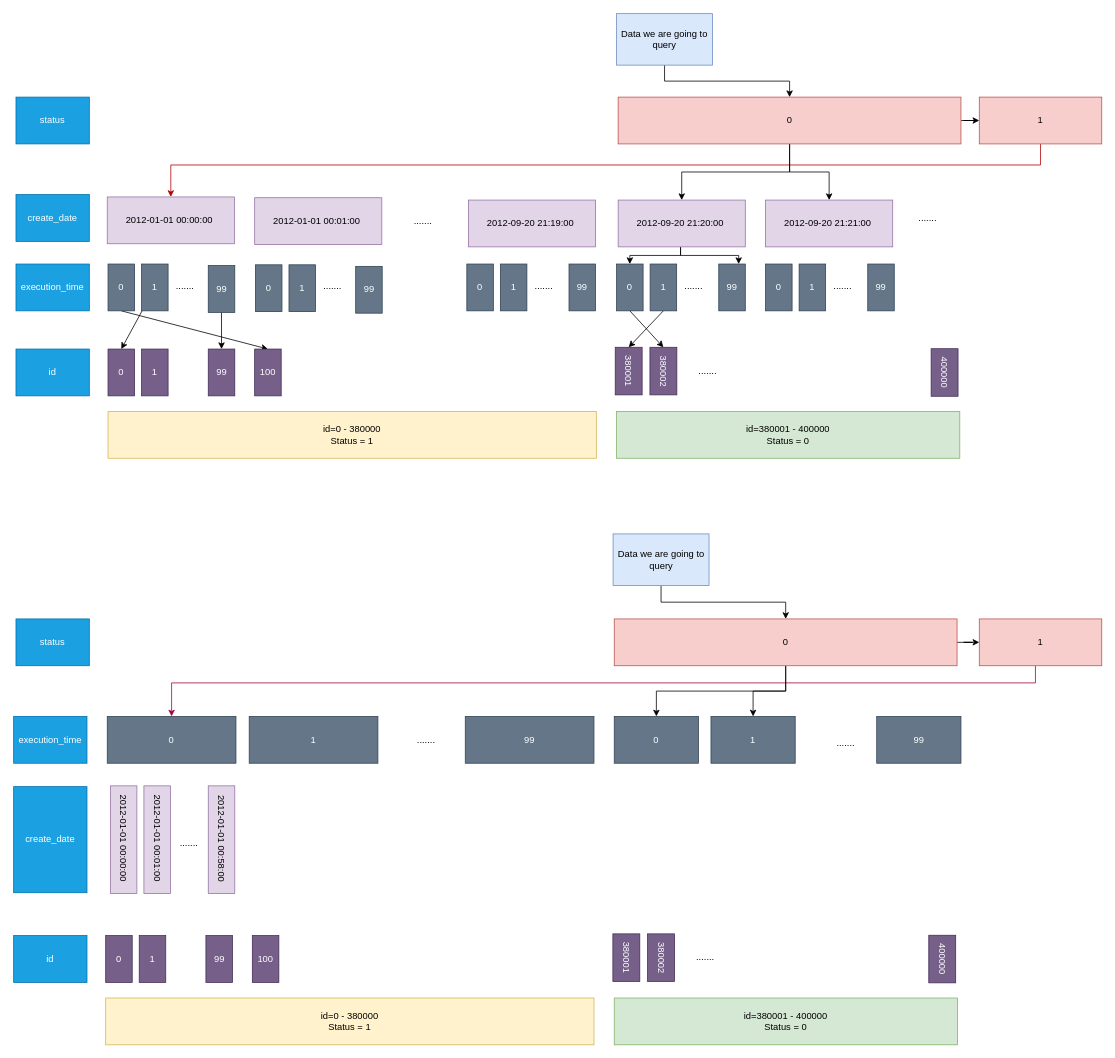
Earlier version of the draw.io diagram page "Page-2" (2 of 2) of drawio/mysql/mysql.drawio (cmkam/architecture). Source tidied: cells renumbered, new cells numbered last; positions are measured from the earlier drawing's top-left corner, leaving out a move shared by most shapes. Both pictures are drawn from the tidied source at 78%, with x=0, y=0 at pixel (13, 13).
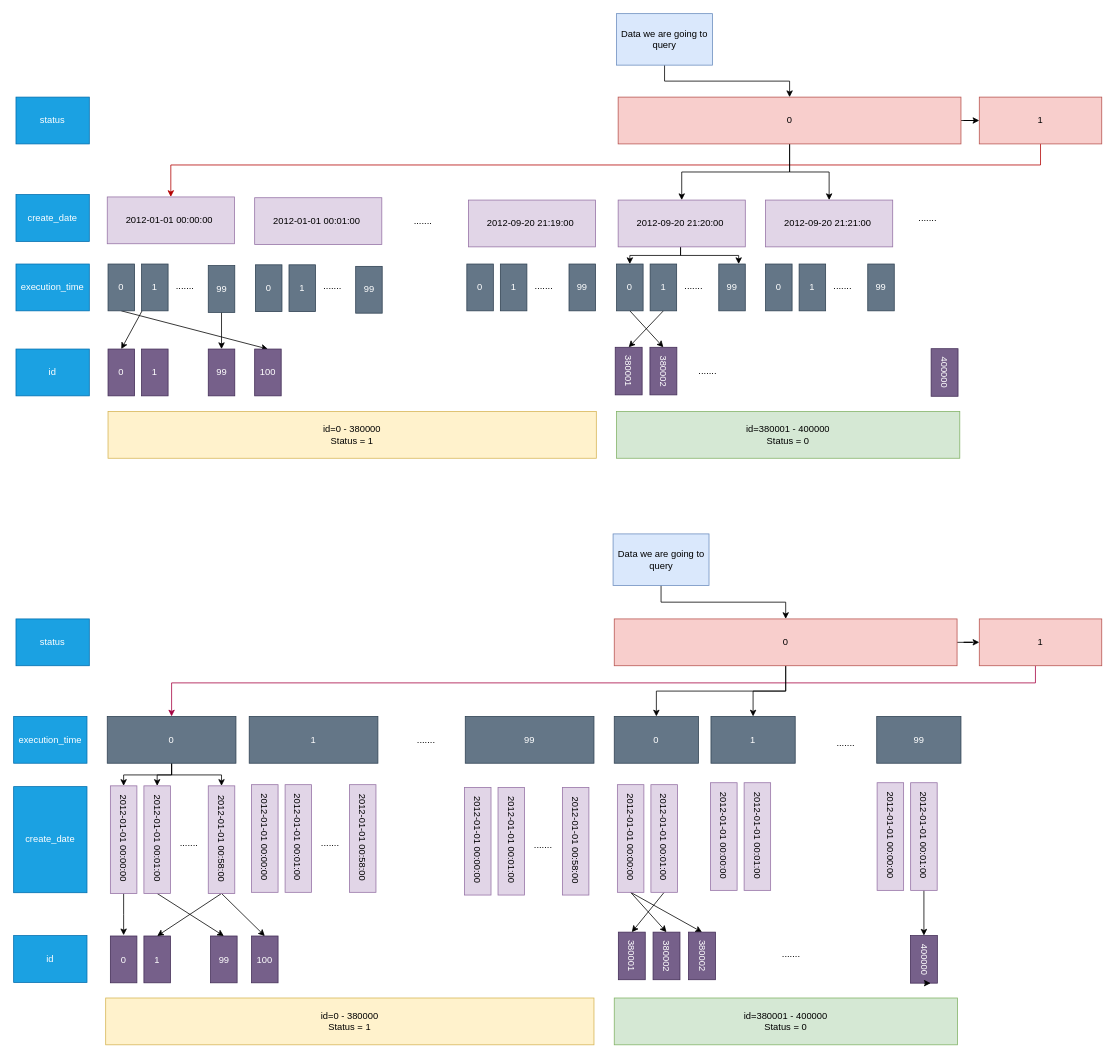
The same diagram, later.

Unchanged cells that the change refers to:
```xml
<mxCell id="69" value="&lt;pre class=&quot;graf graf--pre&quot;&gt;&lt;font face=&quot;Helvetica&quot;&gt;&lt;span style=&quot;white-space: normal;&quot;&gt;0&lt;/span&gt;&lt;/font&gt;&lt;/pre&gt;" style="rounded=0;whiteSpace=wrap;html=1;fillColor=#647687;strokeColor=#314354;fontColor=#ffffff;" parent="1" vertex="1">
  <mxGeometry x="120" y="901" width="165" height="60" as="geometry" />
</mxCell>
<mxCell id="72" value="&lt;pre class=&quot;graf graf--pre&quot;&gt;&lt;span style=&quot;background-color: initial; font-family: Helvetica; white-space: normal;&quot;&gt;2012-01-01 00:00:00&amp;nbsp;&lt;/span&gt;&lt;/pre&gt;" style="rounded=0;whiteSpace=wrap;html=1;fillColor=#e1d5e7;strokeColor=#9673a6;rotation=90;" parent="1" vertex="1">
  <mxGeometry x="72" y="1042" width="138" height="34" as="geometry" />
</mxCell>
<mxCell id="83" value="&lt;pre class=&quot;graf graf--pre&quot;&gt;&lt;span style=&quot;background-color: initial; font-family: Helvetica; white-space: normal;&quot;&gt;2012-01-01 00:01:00&amp;nbsp;&lt;/span&gt;&lt;/pre&gt;" style="rounded=0;whiteSpace=wrap;html=1;fillColor=#e1d5e7;strokeColor=#9673a6;rotation=90;" parent="1" vertex="1">
  <mxGeometry x="115" y="1042" width="138" height="34" as="geometry" />
</mxCell>
<mxCell id="90" value="&lt;pre class=&quot;graf graf--pre&quot;&gt;&lt;span style=&quot;background-color: initial; font-family: Helvetica; white-space: normal;&quot;&gt;2012-01-01 00:58:00&amp;nbsp;&lt;/span&gt;&lt;/pre&gt;" style="rounded=0;whiteSpace=wrap;html=1;fillColor=#e1d5e7;strokeColor=#9673a6;rotation=90;" parent="1" vertex="1">
  <mxGeometry x="197.5" y="1042" width="138" height="34" as="geometry" />
</mxCell>
```

The edit, as a diff of the source:
```diff
@@
+    <mxCell id="92" style="edgeStyle=orthogonalEdgeStyle;rounded=0;jettySize=auto;html=1;entryX=0;entryY=0.5;entryDx=0;entryDy=0;" parent="1" edge="1" source="69" target="72">
+      <mxGeometry relative="1" as="geometry">
+        <Array as="points">
+          <mxPoint x="203" y="976" />
+          <mxPoint x="141" y="976" />
+        </Array>
+      </mxGeometry>
+    </mxCell>
+    <mxCell id="93" style="edgeStyle=orthogonalEdgeStyle;rounded=0;jettySize=auto;html=1;entryX=0;entryY=0.5;entryDx=0;entryDy=0;" parent="1" edge="1" source="69" target="83">
+      <mxGeometry relative="1" as="geometry">
+        <Array as="points">
+          <mxPoint x="203" y="976" />
+          <mxPoint x="184" y="976" />
+        </Array>
+      </mxGeometry>
+    </mxCell>
+    <mxCell id="94" style="edgeStyle=orthogonalEdgeStyle;rounded=0;jettySize=auto;html=1;entryX=0;entryY=0.5;entryDx=0;entryDy=0;" parent="1" edge="1" source="69" target="90">
+      <mxGeometry relative="1" as="geometry">
+        <Array as="points">
+          <mxPoint x="203" y="976" />
+          <mxPoint x="267" y="976" />
+        </Array>
+      </mxGeometry>
+    </mxCell>
@@
+    <mxCell id="95" style="edgeStyle=orthogonalEdgeStyle;rounded=0;jettySize=auto;html=1;" parent="1" edge="1" source="72">
+      <mxGeometry relative="1" as="geometry">
+        <mxPoint x="141" y="1181.5" as="targetPoint" />
+      </mxGeometry>
+    </mxCell>
@@
     <mxCell id="73" value="&lt;pre class=&quot;graf graf--pre&quot;&gt;&lt;font face=&quot;Helvetica&quot;&gt;&lt;span style=&quot;white-space: normal;&quot;&gt;0&lt;/span&gt;&lt;/font&gt;&lt;/pre&gt;" style="rounded=0;whiteSpace=wrap;html=1;fillColor=#76608a;strokeColor=#432D57;fontColor=#ffffff;" parent="1" vertex="1">
-      <mxGeometry x="118" y="1182" width="34" height="60" as="geometry" />
+      <mxGeometry x="124" y="1182.5" width="34" height="60" as="geometry" />
     </mxCell>
@@
     <mxCell id="75" value="&lt;pre class=&quot;graf graf--pre&quot;&gt;&lt;font face=&quot;Helvetica&quot;&gt;&lt;span style=&quot;white-space: normal;&quot;&gt;1&lt;/span&gt;&lt;/font&gt;&lt;/pre&gt;" style="rounded=0;whiteSpace=wrap;html=1;fillColor=#76608a;strokeColor=#432D57;fontColor=#ffffff;" parent="1" vertex="1">
-      <mxGeometry x="161" y="1182" width="34" height="60" as="geometry" />
+      <mxGeometry x="167" y="1182.5" width="34" height="60" as="geometry" />
     </mxCell>
     <mxCell id="76" value="&lt;pre class=&quot;graf graf--pre&quot;&gt;&lt;font face=&quot;Helvetica&quot;&gt;&lt;span style=&quot;white-space: normal;&quot;&gt;99&lt;/span&gt;&lt;/font&gt;&lt;/pre&gt;" style="rounded=0;whiteSpace=wrap;html=1;fillColor=#76608a;strokeColor=#432D57;fontColor=#ffffff;" parent="1" vertex="1">
-      <mxGeometry x="246.5" y="1182" width="34" height="60" as="geometry" />
+      <mxGeometry x="252.5" y="1182.5" width="34" height="60" as="geometry" />
     </mxCell>
     <mxCell id="77" value="&lt;pre class=&quot;graf graf--pre&quot;&gt;&lt;font face=&quot;Helvetica&quot;&gt;&lt;span style=&quot;white-space: normal;&quot;&gt;100&lt;/span&gt;&lt;/font&gt;&lt;/pre&gt;" style="rounded=0;whiteSpace=wrap;html=1;fillColor=#76608a;strokeColor=#432D57;fontColor=#ffffff;" parent="1" vertex="1">
-      <mxGeometry x="306" y="1182" width="34" height="60" as="geometry" />
+      <mxGeometry x="305" y="1182.5" width="34" height="60" as="geometry" />
     </mxCell>
     <mxCell id="78" value="&lt;pre class=&quot;graf graf--pre&quot;&gt;&lt;font face=&quot;Helvetica&quot;&gt;&lt;span style=&quot;white-space: normal;&quot;&gt;380001&lt;/span&gt;&lt;/font&gt;&lt;/pre&gt;" style="rounded=0;whiteSpace=wrap;html=1;fillColor=#76608a;strokeColor=#432D57;fontColor=#ffffff;rotation=90;" parent="1" vertex="1">
-      <mxGeometry x="755" y="1193" width="61" height="34.5" as="geometry" />
+      <mxGeometry x="762" y="1190.8" width="61" height="34.5" as="geometry" />
     </mxCell>
     <mxCell id="79" value="&lt;pre class=&quot;graf graf--pre&quot;&gt;&lt;font face=&quot;Helvetica&quot;&gt;&lt;span style=&quot;white-space: normal;&quot;&gt;380002&lt;/span&gt;&lt;/font&gt;&lt;/pre&gt;" style="rounded=0;whiteSpace=wrap;html=1;fillColor=#76608a;strokeColor=#432D57;fontColor=#ffffff;rotation=90;" parent="1" vertex="1">
-      <mxGeometry x="799.5" y="1193" width="61" height="34.5" as="geometry" />
+      <mxGeometry x="806.5" y="1190.8" width="61" height="34.5" as="geometry" />
     </mxCell>
     <mxCell id="80" value="&lt;pre class=&quot;graf graf--pre&quot;&gt;&lt;font face=&quot;Helvetica&quot;&gt;&lt;span style=&quot;white-space: normal;&quot;&gt;400000&lt;/span&gt;&lt;/font&gt;&lt;/pre&gt;" style="rounded=0;whiteSpace=wrap;html=1;fillColor=#76608a;strokeColor=#432D57;fontColor=#ffffff;rotation=90;" parent="1" vertex="1">
-      <mxGeometry x="1160" y="1194.8" width="61" height="34.5" as="geometry" />
+      <mxGeometry x="1136.5" y="1195.2" width="61" height="34.5" as="geometry" />
     </mxCell>
     <mxCell id="81" value="......." style="text;html=1;align=center;verticalAlign=middle;whiteSpace=wrap;rounded=0;" parent="1" vertex="1">
-      <mxGeometry x="857" y="1195.2" width="60" height="30" as="geometry" />
+      <mxGeometry x="967" y="1190.8" width="60" height="30" as="geometry" />
     </mxCell>
@@
+    <mxCell id="96" style="rounded=0;jettySize=auto;html=1;entryX=0.5;entryY=0;entryDx=0;entryDy=0;exitX=1;exitY=0.5;exitDx=0;exitDy=0;" parent="1" edge="1" source="83" target="76">
+      <mxGeometry relative="1" as="geometry" />
+    </mxCell>
@@
+    <mxCell id="97" style="rounded=0;jettySize=auto;html=1;entryX=0.5;entryY=0;entryDx=0;entryDy=0;exitX=1;exitY=0.5;exitDx=0;exitDy=0;" parent="1" edge="1" source="90" target="75">
+      <mxGeometry relative="1" as="geometry" />
+    </mxCell>
+    <mxCell id="98" style="rounded=0;jettySize=auto;html=1;entryX=0.5;entryY=0;entryDx=0;entryDy=0;exitX=1;exitY=0.5;exitDx=0;exitDy=0;" parent="1" edge="1" source="90" target="77">
+      <mxGeometry relative="1" as="geometry" />
+    </mxCell>
@@
+    <mxCell id="99" value="&lt;pre class=&quot;graf graf--pre&quot;&gt;&lt;span style=&quot;background-color: initial; font-family: Helvetica; white-space: normal;&quot;&gt;2012-01-01 00:00:00&amp;nbsp;&lt;/span&gt;&lt;/pre&gt;" style="rounded=0;whiteSpace=wrap;html=1;fillColor=#e1d5e7;strokeColor=#9673a6;rotation=90;" parent="1" vertex="1">
+      <mxGeometry x="253" y="1040.5" width="138" height="34" as="geometry" />
+    </mxCell>
+    <mxCell id="100" value="&lt;pre class=&quot;graf graf--pre&quot;&gt;&lt;span style=&quot;background-color: initial; font-family: Helvetica; white-space: normal;&quot;&gt;2012-01-01 00:01:00&amp;nbsp;&lt;/span&gt;&lt;/pre&gt;" style="rounded=0;whiteSpace=wrap;html=1;fillColor=#e1d5e7;strokeColor=#9673a6;rotation=90;" parent="1" vertex="1">
+      <mxGeometry x="296" y="1040.5" width="138" height="34" as="geometry" />
+    </mxCell>
+    <mxCell id="101" value="&lt;pre class=&quot;graf graf--pre&quot;&gt;&lt;span style=&quot;background-color: initial; font-family: Helvetica; white-space: normal;&quot;&gt;2012-01-01 00:58:00&amp;nbsp;&lt;/span&gt;&lt;/pre&gt;" style="rounded=0;whiteSpace=wrap;html=1;fillColor=#e1d5e7;strokeColor=#9673a6;rotation=90;" parent="1" vertex="1">
+      <mxGeometry x="378.5" y="1040.5" width="138" height="34" as="geometry" />
+    </mxCell>
+    <mxCell id="102" value="......." style="text;html=1;align=center;verticalAlign=middle;whiteSpace=wrap;rounded=0;" parent="1" vertex="1">
+      <mxGeometry x="376" y="1047.5" width="60" height="30" as="geometry" />
+    </mxCell>
+    <mxCell id="103" value="&lt;pre class=&quot;graf graf--pre&quot;&gt;&lt;span style=&quot;background-color: initial; font-family: Helvetica; white-space: normal;&quot;&gt;2012-01-01 00:00:00&amp;nbsp;&lt;/span&gt;&lt;/pre&gt;" style="rounded=0;whiteSpace=wrap;html=1;fillColor=#e1d5e7;strokeColor=#9673a6;rotation=90;" parent="1" vertex="1">
+      <mxGeometry x="526" y="1044" width="138" height="34" as="geometry" />
+    </mxCell>
+    <mxCell id="104" value="&lt;pre class=&quot;graf graf--pre&quot;&gt;&lt;span style=&quot;background-color: initial; font-family: Helvetica; white-space: normal;&quot;&gt;2012-01-01 00:01:00&amp;nbsp;&lt;/span&gt;&lt;/pre&gt;" style="rounded=0;whiteSpace=wrap;html=1;fillColor=#e1d5e7;strokeColor=#9673a6;rotation=90;" parent="1" vertex="1">
+      <mxGeometry x="569" y="1044" width="138" height="34" as="geometry" />
+    </mxCell>
+    <mxCell id="105" value="&lt;pre class=&quot;graf graf--pre&quot;&gt;&lt;span style=&quot;background-color: initial; font-family: Helvetica; white-space: normal;&quot;&gt;2012-01-01 00:58:00&amp;nbsp;&lt;/span&gt;&lt;/pre&gt;" style="rounded=0;whiteSpace=wrap;html=1;fillColor=#e1d5e7;strokeColor=#9673a6;rotation=90;" parent="1" vertex="1">
+      <mxGeometry x="651.5" y="1044" width="138" height="34" as="geometry" />
+    </mxCell>
+    <mxCell id="106" value="......." style="text;html=1;align=center;verticalAlign=middle;whiteSpace=wrap;rounded=0;" parent="1" vertex="1">
+      <mxGeometry x="649" y="1051" width="60" height="30" as="geometry" />
+    </mxCell>
+    <mxCell id="107" style="rounded=0;jettySize=auto;html=1;entryX=0;entryY=0.5;entryDx=0;entryDy=0;exitX=1;exitY=0.5;exitDx=0;exitDy=0;" parent="1" edge="1" source="109" target="79">
+      <mxGeometry relative="1" as="geometry" />
+    </mxCell>
+    <mxCell id="108" style="rounded=0;jettySize=auto;html=1;entryX=0;entryY=0.5;entryDx=0;entryDy=0;exitX=1;exitY=0.5;exitDx=0;exitDy=0;" parent="1" edge="1" source="109" target="117">
+      <mxGeometry relative="1" as="geometry" />
+    </mxCell>
+    <mxCell id="109" value="&lt;pre class=&quot;graf graf--pre&quot;&gt;&lt;span style=&quot;background-color: initial; font-family: Helvetica; white-space: normal;&quot;&gt;2012-01-01 00:00:00&amp;nbsp;&lt;/span&gt;&lt;/pre&gt;" style="rounded=0;whiteSpace=wrap;html=1;fillColor=#e1d5e7;strokeColor=#9673a6;rotation=90;" parent="1" vertex="1">
+      <mxGeometry x="722" y="1040.5" width="138" height="34" as="geometry" />
+    </mxCell>
+    <mxCell id="110" style="rounded=0;jettySize=auto;html=1;entryX=0;entryY=0.5;entryDx=0;entryDy=0;exitX=1;exitY=0.5;exitDx=0;exitDy=0;" parent="1" edge="1" source="111" target="78">
+      <mxGeometry relative="1" as="geometry" />
+    </mxCell>
+    <mxCell id="111" value="&lt;pre class=&quot;graf graf--pre&quot;&gt;&lt;span style=&quot;background-color: initial; font-family: Helvetica; white-space: normal;&quot;&gt;2012-01-01 00:01:00&amp;nbsp;&lt;/span&gt;&lt;/pre&gt;" style="rounded=0;whiteSpace=wrap;html=1;fillColor=#e1d5e7;strokeColor=#9673a6;rotation=90;" parent="1" vertex="1">
+      <mxGeometry x="765" y="1040.5" width="138" height="34" as="geometry" />
+    </mxCell>
+    <mxCell id="112" value="&lt;pre class=&quot;graf graf--pre&quot;&gt;&lt;span style=&quot;background-color: initial; font-family: Helvetica; white-space: normal;&quot;&gt;2012-01-01 00:00:00&amp;nbsp;&lt;/span&gt;&lt;/pre&gt;" style="rounded=0;whiteSpace=wrap;html=1;fillColor=#e1d5e7;strokeColor=#9673a6;rotation=90;" parent="1" vertex="1">
+      <mxGeometry x="841.5" y="1038" width="138" height="34" as="geometry" />
+    </mxCell>
+    <mxCell id="113" value="&lt;pre class=&quot;graf graf--pre&quot;&gt;&lt;span style=&quot;background-color: initial; font-family: Helvetica; white-space: normal;&quot;&gt;2012-01-01 00:01:00&amp;nbsp;&lt;/span&gt;&lt;/pre&gt;" style="rounded=0;whiteSpace=wrap;html=1;fillColor=#e1d5e7;strokeColor=#9673a6;rotation=90;" parent="1" vertex="1">
+      <mxGeometry x="884.5" y="1038" width="138" height="34" as="geometry" />
+    </mxCell>
+    <mxCell id="114" value="&lt;pre class=&quot;graf graf--pre&quot;&gt;&lt;span style=&quot;background-color: initial; font-family: Helvetica; white-space: normal;&quot;&gt;2012-01-01 00:00:00&amp;nbsp;&lt;/span&gt;&lt;/pre&gt;" style="rounded=0;whiteSpace=wrap;html=1;fillColor=#e1d5e7;strokeColor=#9673a6;rotation=90;" parent="1" vertex="1">
+      <mxGeometry x="1055" y="1038" width="138" height="34" as="geometry" />
+    </mxCell>
+    <mxCell id="115" style="edgeStyle=orthogonalEdgeStyle;rounded=0;jettySize=auto;html=1;entryX=0;entryY=0.5;entryDx=0;entryDy=0;" parent="1" edge="1" source="116" target="80">
+      <mxGeometry relative="1" as="geometry" />
+    </mxCell>
+    <mxCell id="116" value="&lt;pre class=&quot;graf graf--pre&quot;&gt;&lt;span style=&quot;background-color: initial; font-family: Helvetica; white-space: normal;&quot;&gt;2012-01-01 00:01:00&amp;nbsp;&lt;/span&gt;&lt;/pre&gt;" style="rounded=0;whiteSpace=wrap;html=1;fillColor=#e1d5e7;strokeColor=#9673a6;rotation=90;" parent="1" vertex="1">
+      <mxGeometry x="1098" y="1038" width="138" height="34" as="geometry" />
+    </mxCell>
+    <mxCell id="117" value="&lt;pre class=&quot;graf graf--pre&quot;&gt;&lt;font face=&quot;Helvetica&quot;&gt;&lt;span style=&quot;white-space: normal;&quot;&gt;380002&lt;/span&gt;&lt;/font&gt;&lt;/pre&gt;" style="rounded=0;whiteSpace=wrap;html=1;fillColor=#76608a;strokeColor=#432D57;fontColor=#ffffff;rotation=90;" parent="1" vertex="1">
+      <mxGeometry x="852" y="1190.8" width="61" height="34.5" as="geometry" />
+    </mxCell>
+    <mxCell id="118" style="edgeStyle=orthogonalEdgeStyle;rounded=0;orthogonalLoop=1;jettySize=auto;html=1;exitX=1;exitY=0.5;exitDx=0;exitDy=0;entryX=1;entryY=0.25;entryDx=0;entryDy=0;" parent="1" edge="1" source="80" target="80">
+      <mxGeometry relative="1" as="geometry" />
+    </mxCell>
```
